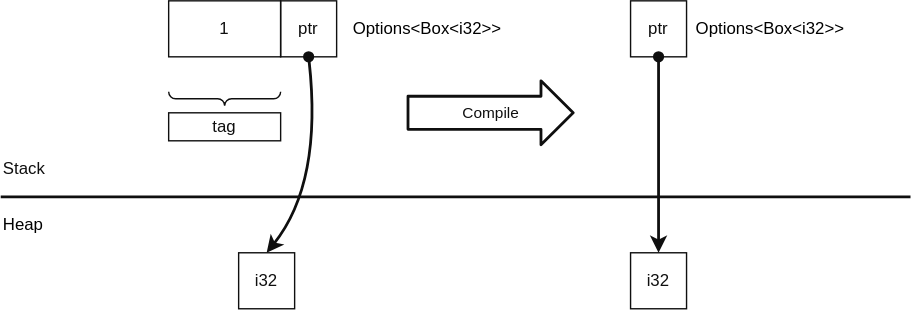
This is docs/rust/memory_layout/images/option.drawio.svg from htgithub194/self-study, a draw.io export, as it was before one commit. Source tidied: cells renumbered, new cells last; positions are measured from the earlier drawing's top-left corner, leaving out a move shared by most shapes.
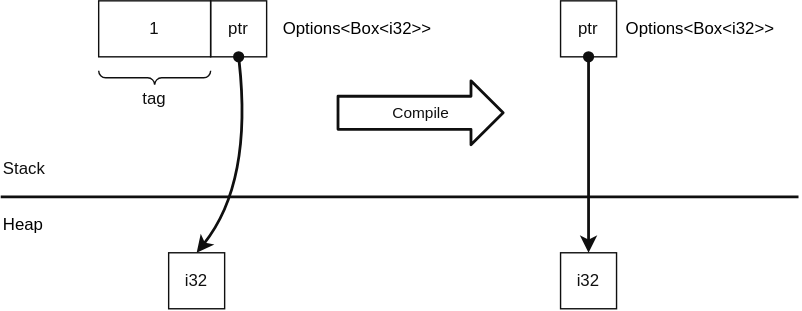
Later version of the same file.

What changed in the source:
```diff
@@ -16,25 +16,25 @@
       <mxGeometry x="200" width="40" height="40" as="geometry" />
     </mxCell>
     <mxCell id="5" style="verticalLabelPosition=bottom;shadow=0;dashed=0;align=center;html=1;verticalAlign=top;strokeWidth=1;shape=mxgraph.mockup.markup.curlyBrace;strokeColor=light-dark(#0F0F0F,#F0F0F0);rotation=-180;fontColor=light-dark(#0F0F0F,#F0F0F0);" parent="1" vertex="1">
-      <mxGeometry x="120" y="65" width="80" height="10" as="geometry" />
+      <mxGeometry x="120" y="50" width="80" height="10" as="geometry" />
     </mxCell>
-    <mxCell id="6" value="tag" style="text;html=1;strokeColor=light-dark(#0F0F0F,#F0F0F0);fillColor=none;align=center;verticalAlign=middle;whiteSpace=wrap;rounded=0;fontColor=light-dark(#0F0F0F,#F0F0F0);" parent="1" vertex="1">
-      <mxGeometry x="120" y="80" width="80" height="20" as="geometry" />
+    <mxCell id="6" value="tag" style="text;html=1;strokeColor=none;fillColor=none;align=center;verticalAlign=middle;whiteSpace=wrap;rounded=0;fontColor=light-dark(#0F0F0F,#F0F0F0);" parent="1" vertex="1">
+      <mxGeometry x="120" y="60" width="80" height="20" as="geometry" />
     </mxCell>
     <mxCell id="7" value="Options&amp;lt;Box&amp;lt;i32&amp;gt;&amp;gt;" style="text;html=1;strokeColor=none;fillColor=none;align=center;verticalAlign=middle;whiteSpace=wrap;rounded=0;fontColor=default;" parent="1" vertex="1">
       <mxGeometry x="240" width="130" height="40" as="geometry" />
     </mxCell>
     <mxCell id="8" style="endArrow=none;html=1;strokeColor=light-dark(#0F0F0F,#F0F0F0);strokeWidth=2;fontColor=light-dark(#0F0F0F,#F0F0F0);" parent="1" edge="1">
       <mxGeometry relative="1" as="geometry">
-        <mxPoint y="140" as="sourcePoint" />
-        <mxPoint x="650" y="140" as="targetPoint" />
+        <mxPoint x="50" y="140" as="sourcePoint" />
+        <mxPoint x="620" y="140" as="targetPoint" />
       </mxGeometry>
     </mxCell>
     <mxCell id="9" value="Heap" style="text;html=1;strokeColor=none;fillColor=none;align=left;verticalAlign=middle;whiteSpace=wrap;rounded=0;fontColor=default;" parent="1" vertex="1">
-      <mxGeometry y="140" width="80" height="40" as="geometry" />
+      <mxGeometry x="50" y="140" width="80" height="40" as="geometry" />
     </mxCell>
     <mxCell id="10" value="Stack" style="text;html=1;strokeColor=none;fillColor=none;align=left;verticalAlign=middle;whiteSpace=wrap;rounded=0;fontColor=light-dark(#0F0F0F,#F0F0F0);" parent="1" vertex="1">
-      <mxGeometry y="100" width="80" height="40" as="geometry" />
+      <mxGeometry x="50" y="100" width="80" height="40" as="geometry" />
     </mxCell>
     <mxCell id="11" value="i32" style="rounded=0;whiteSpace=wrap;html=1;flipH=1;flipV=1;fillColor=none;fontColor=light-dark(#0F0F0F,#F0F0F0);strokeColor=light-dark(#0F0F0F,#F0F0F0);" parent="1" vertex="1">
       <mxGeometry x="170" y="180" width="40" height="40" as="geometry" />
```
